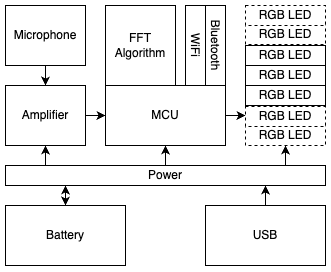
Above: assets/block-diagram.png in adamm/rainbow-music-pegasus (draw.io), before the change. Source tidied: cells renumbered, new cells last; positions are measured from the earlier drawing's top-left corner, leaving out a move shared by most shapes.
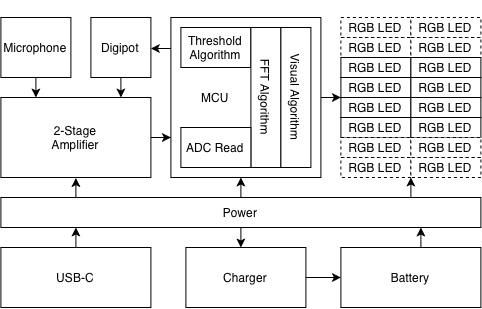
The same file after the commit.

Commit message:
Updated PCB rendering and block diagram for v1.2

Diff of the diagram source:
```diff
@@ -2,86 +2,142 @@
   <root>
     <mxCell id="0" />
     <mxCell id="1" parent="0" />
-    <mxCell id="2" style="edgeStyle=orthogonalEdgeStyle;rounded=0;jettySize=auto;html=1;" parent="1" edge="1" source="3" target="14">
-      <mxGeometry relative="1" as="geometry">
-        <Array as="points">
-          <mxPoint x="260" y="110" />
-          <mxPoint x="260" y="110" />
-        </Array>
-      </mxGeometry>
-    </mxCell>
+    <mxCell id="26" style="edgeStyle=orthogonalEdgeStyle;rounded=0;jettySize=auto;html=1;entryX=0;entryY=0;entryDx=0;entryDy=0;" parent="1" edge="1" source="27" target="40">
+      <mxGeometry relative="1" as="geometry" />
+    </mxCell>
+    <mxCell id="27" value="&lt;div style=&quot;text-align: justify;&quot;&gt;&lt;br&gt;&lt;/div&gt;" style="rounded=0;whiteSpace=wrap;html=1;align=right;labelPosition=left;verticalLabelPosition=top;verticalAlign=bottom;" parent="1" vertex="1">
+      <mxGeometry x="30" y="-40" width="150" height="160" as="geometry" />
+    </mxCell>
+    <mxCell id="28" style="edgeStyle=orthogonalEdgeStyle;rounded=0;jettySize=auto;html=1;entryX=0.23;entryY=0;entryDx=0;entryDy=0;entryPerimeter=0;" parent="1" edge="1" source="7" target="30">
+      <mxGeometry relative="1" as="geometry" />
+    </mxCell>
+    <mxCell id="7" value="Microphone" style="rounded=0;whiteSpace=wrap;html=1;" parent="1" vertex="1">
+      <mxGeometry x="-140" y="-40" width="70" height="60" as="geometry" />
+    </mxCell>
+    <mxCell id="29" style="edgeStyle=orthogonalEdgeStyle;rounded=0;jettySize=auto;html=1;entryX=0;entryY=0.75;entryDx=0;entryDy=0;" parent="1" edge="1" source="30" target="27">
+      <mxGeometry relative="1" as="geometry" />
+    </mxCell>
+    <mxCell id="30" value="2-Stage&lt;div&gt;Amplifier&lt;/div&gt;" style="rounded=0;whiteSpace=wrap;html=1;" parent="1" vertex="1">
+      <mxGeometry x="-140" y="40" width="150" height="80" as="geometry" />
+    </mxCell>
+    <mxCell id="31" style="edgeStyle=orthogonalEdgeStyle;rounded=0;jettySize=auto;html=1;entryX=0.803;entryY=-0.009;entryDx=0;entryDy=0;entryPerimeter=0;" parent="1" edge="1" source="32" target="30">
+      <mxGeometry relative="1" as="geometry" />
+    </mxCell>
+    <mxCell id="32" value="Digipot" style="rounded=0;whiteSpace=wrap;html=1;rotation=0;" parent="1" vertex="1">
+      <mxGeometry x="-50" y="-40" width="60" height="60" as="geometry" />
+    </mxCell>
+    <mxCell id="33" value="&lt;div&gt;Threshold Algorithm&lt;/div&gt;" style="rounded=0;whiteSpace=wrap;html=1;" parent="1" vertex="1">
+      <mxGeometry x="40" y="-30" width="70" height="40" as="geometry" />
+    </mxCell>
+    <mxCell id="21" value="FFT Algorithm" style="rounded=0;whiteSpace=wrap;html=1;rotation=90;" parent="1" vertex="1">
+      <mxGeometry x="55" y="25" width="140" height="30" as="geometry" />
+    </mxCell>
+    <mxCell id="34" style="edgeStyle=orthogonalEdgeStyle;rounded=0;orthogonalLoop=1;jettySize=auto;html=1;exitX=0;exitY=0.25;exitDx=0;exitDy=0;entryX=1;entryY=0.5;entryDx=0;entryDy=0;" parent="1" edge="1">
+      <mxGeometry relative="1" as="geometry">
+        <mxPoint x="30" y="-9" as="sourcePoint" />
+        <mxPoint x="10" y="-9" as="targetPoint" />
+      </mxGeometry>
+    </mxCell>
+    <mxCell id="35" value="ADC Read" style="rounded=0;whiteSpace=wrap;html=1;" parent="1" vertex="1">
+      <mxGeometry x="40" y="70" width="70" height="40" as="geometry" />
+    </mxCell>
+    <mxCell id="36" value="RGB LED" style="rounded=0;whiteSpace=wrap;html=1;dashed=1;" parent="1" vertex="1">
+      <mxGeometry x="200" y="-40" width="70" height="20" as="geometry" />
+    </mxCell>
+    <mxCell id="37" value="RGB LED" style="rounded=0;whiteSpace=wrap;html=1;dashed=1;" parent="1" vertex="1">
+      <mxGeometry x="200" y="-20" width="70" height="20" as="geometry" />
+    </mxCell>
+    <mxCell id="38" value="RGB LED" style="rounded=0;whiteSpace=wrap;html=1;" parent="1" vertex="1">
+      <mxGeometry x="200" width="70" height="20" as="geometry" />
+    </mxCell>
+    <mxCell id="39" value="RGB LED" style="rounded=0;whiteSpace=wrap;html=1;" parent="1" vertex="1">
+      <mxGeometry x="200" y="20" width="70" height="20" as="geometry" />
+    </mxCell>
+    <mxCell id="40" value="RGB LED" style="rounded=0;whiteSpace=wrap;html=1;" parent="1" vertex="1">
+      <mxGeometry x="200" y="40" width="70" height="20" as="geometry" />
+    </mxCell>
+    <mxCell id="41" value="RGB LED" style="rounded=0;whiteSpace=wrap;html=1;" parent="1" vertex="1">
+      <mxGeometry x="200" y="60" width="70" height="20" as="geometry" />
+    </mxCell>
+    <mxCell id="42" value="RGB LED" style="rounded=0;whiteSpace=wrap;html=1;dashed=1;" parent="1" vertex="1">
+      <mxGeometry x="200" y="80" width="70" height="20" as="geometry" />
+    </mxCell>
+    <mxCell id="43" value="RGB LED" style="rounded=0;whiteSpace=wrap;html=1;dashed=1;" parent="1" vertex="1">
+      <mxGeometry x="200" y="100" width="70" height="20" as="geometry" />
+    </mxCell>
+    <mxCell id="44" style="edgeStyle=orthogonalEdgeStyle;rounded=0;jettySize=auto;html=1;entryX=0.455;entryY=0.012;entryDx=0;entryDy=0;entryPerimeter=0;" parent="1" edge="1" source="11" target="49">
+      <mxGeometry relative="1" as="geometry" />
+    </mxCell>
+    <mxCell id="45" style="edgeStyle=orthogonalEdgeStyle;rounded=0;jettySize=auto;html=1;entryX=0.468;entryY=0.998;entryDx=0;entryDy=0;entryPerimeter=0;" parent="1" edge="1" source="11" target="27">
+      <mxGeometry relative="1" as="geometry" />
+    </mxCell>
+    <mxCell id="11" value="Power" style="rounded=0;whiteSpace=wrap;html=1;" parent="1" vertex="1">
+      <mxGeometry x="-140" y="140" width="480" height="30" as="geometry" />
+    </mxCell>
+    <mxCell id="46" style="edgeStyle=orthogonalEdgeStyle;rounded=0;jettySize=auto;html=1;entryX=1;entryY=1;entryDx=0;entryDy=0;" parent="1" edge="1" target="43">
+      <mxGeometry relative="1" as="geometry">
+        <mxPoint x="270" y="140" as="sourcePoint" />
+      </mxGeometry>
+    </mxCell>
+    <mxCell id="19" value="Battery" style="rounded=0;whiteSpace=wrap;html=1;" parent="1" vertex="1">
+      <mxGeometry x="200" y="190" width="140" height="60" as="geometry" />
+    </mxCell>
+    <mxCell id="47" value="USB-C" style="rounded=0;whiteSpace=wrap;html=1;" parent="1" vertex="1">
+      <mxGeometry x="-140" y="190" width="150" height="60" as="geometry" />
+    </mxCell>
+    <mxCell id="48" style="rounded=0;jettySize=auto;html=1;" parent="1" edge="1" source="49" target="19">
+      <mxGeometry relative="1" as="geometry" />
+    </mxCell>
+    <mxCell id="49" value="Charger" style="rounded=0;whiteSpace=wrap;html=1;" parent="1" vertex="1">
+      <mxGeometry x="45" y="190" width="120" height="60" as="geometry" />
+    </mxCell>
+    <mxCell id="50" style="edgeStyle=orthogonalEdgeStyle;rounded=0;jettySize=auto;html=1;exitX=0.5;exitY=0;exitDx=0;exitDy=0;" parent="1" edge="1" source="19">
+      <mxGeometry relative="1" as="geometry">
+        <mxPoint x="280" y="170" as="targetPoint" />
+      </mxGeometry>
+    </mxCell>
-    <mxCell id="3" value="MCU" style="rounded=0;whiteSpace=wrap;html=1;" parent="1" vertex="1">
-      <mxGeometry x="100" y="80" width="120" height="60" as="geometry" />
+    <mxCell id="3" value="MCU" style="text;html=1;whiteSpace=wrap;strokeColor=none;fillColor=none;align=center;verticalAlign=middle;rounded=0;" parent="1" vertex="1">
+      <mxGeometry x="40" y="25" width="70" height="30" as="geometry" />
     </mxCell>
-    <mxCell id="4" value="WiFi" style="rounded=0;whiteSpace=wrap;html=1;rotation=90;" parent="1" vertex="1">
-      <mxGeometry x="150" y="30" width="80" height="20" as="geometry" />
-    </mxCell>
-    <mxCell id="5" value="Bluetooth" style="rounded=0;whiteSpace=wrap;html=1;rotation=90;" parent="1" vertex="1">
-      <mxGeometry x="170" y="30" width="80" height="20" as="geometry" />
-    </mxCell>
-    <mxCell id="6" style="edgeStyle=orthogonalEdgeStyle;rounded=0;jettySize=auto;html=1;" parent="1" edge="1" source="7" target="9">
-      <mxGeometry relative="1" as="geometry" />
-    </mxCell>
-    <mxCell id="7" value="Microphone" style="rounded=0;whiteSpace=wrap;html=1;" parent="1" vertex="1">
-      <mxGeometry width="80" height="60" as="geometry" />
-    </mxCell>
-    <mxCell id="8" style="edgeStyle=orthogonalEdgeStyle;rounded=0;jettySize=auto;html=1;" parent="1" edge="1" source="9" target="3">
-      <mxGeometry relative="1" as="geometry" />
-    </mxCell>
-    <mxCell id="9" value="Amplifier" style="rounded=0;whiteSpace=wrap;html=1;" parent="1" vertex="1">
-      <mxGeometry y="80" width="80" height="60" as="geometry" />
-    </mxCell>
-    <mxCell id="10" style="edgeStyle=orthogonalEdgeStyle;rounded=0;jettySize=auto;html=1;" parent="1" edge="1" source="11" target="3">
-      <mxGeometry relative="1" as="geometry" />
-    </mxCell>
-    <mxCell id="11" value="Power" style="rounded=0;whiteSpace=wrap;html=1;" parent="1" vertex="1">
-      <mxGeometry y="160" width="320" height="20" as="geometry" />
-    </mxCell>
-    <mxCell id="12" style="edgeStyle=orthogonalEdgeStyle;rounded=0;jettySize=auto;html=1;entryX=0.878;entryY=0.028;entryDx=0;entryDy=0;entryPerimeter=0;startArrow=classic;startFill=1;endArrow=none;endFill=0;" parent="1" edge="1" source="13" target="11">
-      <mxGeometry relative="1" as="geometry">
-        <Array as="points">
-          <mxPoint x="280" y="160" />
-        </Array>
-      </mxGeometry>
-    </mxCell>
-    <mxCell id="13" value="RGB LED" style="rounded=0;whiteSpace=wrap;html=1;dashed=1;" parent="1" vertex="1">
-      <mxGeometry x="240" y="120" width="80" height="20" as="geometry" />
-    </mxCell>
-    <mxCell id="14" value="RGB LED" style="rounded=0;whiteSpace=wrap;html=1;dashed=1;" parent="1" vertex="1">
-      <mxGeometry x="240" y="101" width="80" height="20" as="geometry" />
-    </mxCell>
-    <mxCell id="15" value="RGB LED" style="rounded=0;whiteSpace=wrap;html=1;" parent="1" vertex="1">
-      <mxGeometry x="240" y="80" width="80" height="20" as="geometry" />
-    </mxCell>
-    <mxCell id="16" value="RGB LED" style="rounded=0;whiteSpace=wrap;html=1;" parent="1" vertex="1">
-      <mxGeometry x="240" y="60" width="80" height="20" as="geometry" />
-    </mxCell>
-    <mxCell id="17" value="RGB LED" style="rounded=0;whiteSpace=wrap;html=1;" parent="1" vertex="1">
-      <mxGeometry x="240" y="40" width="80" height="20" as="geometry" />
-    </mxCell>
-    <mxCell id="18" value="RGB LED" style="rounded=0;whiteSpace=wrap;html=1;dashed=1;" parent="1" vertex="1">
-      <mxGeometry x="240" y="19" width="80" height="20" as="geometry" />
-    </mxCell>
-    <mxCell id="19" value="Battery" style="rounded=0;whiteSpace=wrap;html=1;" parent="1" vertex="1">
-      <mxGeometry y="200" width="120" height="60" as="geometry" />
-    </mxCell>
-    <mxCell id="20" value="USB" style="rounded=0;whiteSpace=wrap;html=1;" parent="1" vertex="1">
-      <mxGeometry x="200" y="200" width="120" height="60" as="geometry" />
-    </mxCell>
-    <mxCell id="21" value="FFT Algorithm" style="rounded=0;whiteSpace=wrap;html=1;" parent="1" vertex="1">
-      <mxGeometry x="100" width="70" height="80" as="geometry" />
-    </mxCell>
-    <mxCell id="22" style="edgeStyle=orthogonalEdgeStyle;rounded=0;jettySize=auto;html=1;entryX=0.125;entryY=0;entryDx=0;entryDy=0;entryPerimeter=0;startArrow=classic;startFill=1;endArrow=none;endFill=0;" parent="1" edge="1" source="9" target="11">
-      <mxGeometry relative="1" as="geometry" />
-    </mxCell>
-    <mxCell id="23" style="edgeStyle=orthogonalEdgeStyle;rounded=0;jettySize=auto;html=1;entryX=0.188;entryY=1;entryDx=0;entryDy=0;entryPerimeter=0;startArrow=classic;startFill=1;" parent="1" edge="1" source="19" target="11">
-      <mxGeometry relative="1" as="geometry" />
-    </mxCell>
-    <mxCell id="24" style="edgeStyle=orthogonalEdgeStyle;rounded=0;jettySize=auto;html=1;entryX=0.813;entryY=1;entryDx=0;entryDy=0;entryPerimeter=0;" parent="1" edge="1" source="20" target="11">
-      <mxGeometry relative="1" as="geometry" />
-    </mxCell>
-    <mxCell id="25" value="RGB LED" style="rounded=0;whiteSpace=wrap;html=1;dashed=1;" parent="1" vertex="1">
-      <mxGeometry x="240" width="80" height="20" as="geometry" />
-    </mxCell>
+    <mxCell id="51" value="RGB LED" style="rounded=0;whiteSpace=wrap;html=1;dashed=1;" parent="1" vertex="1">
+      <mxGeometry x="270" y="100" width="70" height="20" as="geometry" />
+    </mxCell>
+    <mxCell id="52" value="RGB LED" style="rounded=0;whiteSpace=wrap;html=1;dashed=1;" parent="1" vertex="1">
+      <mxGeometry x="270" y="-40" width="70" height="20" as="geometry" />
+    </mxCell>
+    <mxCell id="53" value="RGB LED" style="rounded=0;whiteSpace=wrap;html=1;dashed=1;" parent="1" vertex="1">
+      <mxGeometry x="270" y="-20" width="70" height="20" as="geometry" />
+    </mxCell>
+    <mxCell id="54" value="RGB LED" style="rounded=0;whiteSpace=wrap;html=1;" parent="1" vertex="1">
+      <mxGeometry x="270" width="70" height="20" as="geometry" />
+    </mxCell>
+    <mxCell id="55" value="RGB LED" style="rounded=0;whiteSpace=wrap;html=1;" parent="1" vertex="1">
+      <mxGeometry x="270" y="20" width="70" height="20" as="geometry" />
+    </mxCell>
+    <mxCell id="56" value="RGB LED" style="rounded=0;whiteSpace=wrap;html=1;" parent="1" vertex="1">
+      <mxGeometry x="270" y="40" width="70" height="20" as="geometry" />
+    </mxCell>
+    <mxCell id="57" value="RGB LED" style="rounded=0;whiteSpace=wrap;html=1;" parent="1" vertex="1">
+      <mxGeometry x="270" y="60" width="70" height="20" as="geometry" />
+    </mxCell>
+    <mxCell id="58" value="RGB LED" style="rounded=0;whiteSpace=wrap;html=1;dashed=1;" parent="1" vertex="1">
+      <mxGeometry x="270" y="80" width="70" height="20" as="geometry" />
+    </mxCell>
+    <mxCell id="59" style="edgeStyle=orthogonalEdgeStyle;rounded=0;jettySize=auto;html=1;entryX=0.156;entryY=1;entryDx=0;entryDy=0;entryPerimeter=0;" parent="1" edge="1" source="47" target="11">
+      <mxGeometry relative="1" as="geometry" />
+    </mxCell>
+    <mxCell id="60" style="edgeStyle=orthogonalEdgeStyle;rounded=0;orthogonalLoop=1;jettySize=auto;html=1;exitX=0.153;exitY=0.012;exitDx=0;exitDy=0;exitPerimeter=0;" parent="1" edge="1">
+      <mxGeometry relative="1" as="geometry">
+        <mxPoint x="-65" y="140" as="sourcePoint" />
+        <mxPoint x="-65" y="120.6" as="targetPoint" />
+        <Array as="points">
+          <mxPoint x="-65" y="130" />
+          <mxPoint x="-65.3" y="130" />
+        </Array>
+      </mxGeometry>
+    </mxCell>
+    <mxCell id="61" value="Visual Algorithm" style="rounded=0;whiteSpace=wrap;html=1;rotation=90;" parent="1" vertex="1">
+      <mxGeometry x="85" y="25" width="140" height="30" as="geometry" />
+    </mxCell>
   </root>
 </mxGraphModel>
```
